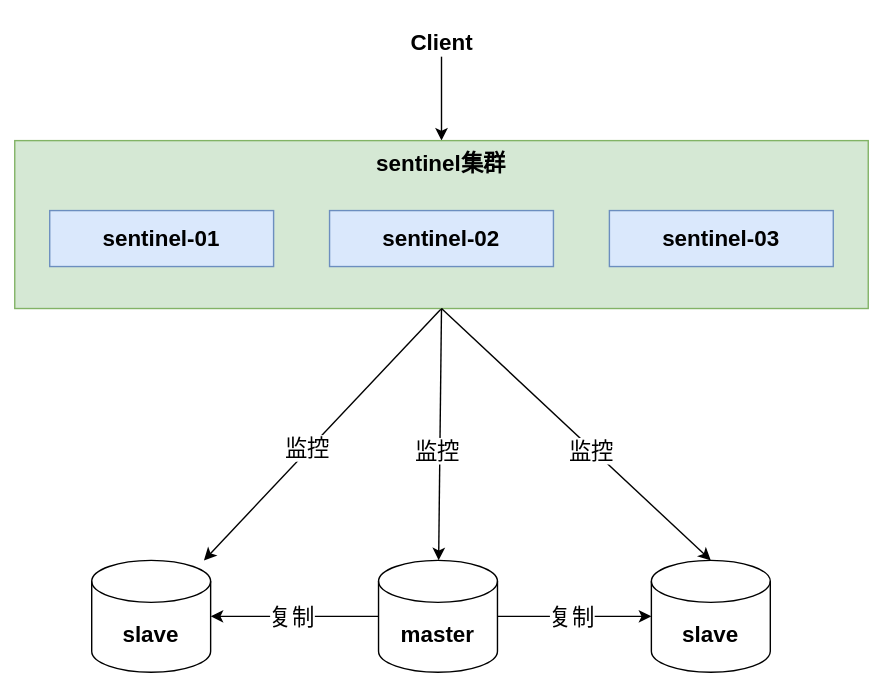
This is Redis/Redis集群方案/Sentinel哨兵模式结构.drawio.svg from Developer-Tang/notes, a draw.io export, as it was before one commit. Source tidied: cells renumbered, new cells last; positions are measured from the earlier drawing's top-left corner, leaving out a move shared by most shapes. Source of this version:
```xml
<mxGraphModel>
  <root>
    <mxCell id="0" />
    <mxCell id="1" parent="0" />
    <mxCell id="2" value="&amp;nbsp;" style="text;html=1;align=center;verticalAlign=middle;strokeColor=none;fillColor=none;fontStyle=1;fontSize=16;" parent="1" vertex="1">
      <mxGeometry x="275" width="20" height="20" as="geometry" />
    </mxCell>
    <mxCell id="3" style="edgeStyle=orthogonalEdgeStyle;rounded=0;jettySize=auto;html=1;fontStyle=1;fontSize=16;" parent="1" edge="1" source="4" target="7">
      <mxGeometry relative="1" as="geometry" />
    </mxCell>
    <mxCell id="4" value="&lt;font style=&quot;font-size: 16px;&quot;&gt;Client&lt;/font&gt;" style="text;html=1;align=center;verticalAlign=middle;points=[];strokeColor=none;fillColor=none;fontStyle=1;fontSize=16;" parent="1" vertex="1">
      <mxGeometry x="275" y="10" width="60" height="20" as="geometry" />
    </mxCell>
    <mxCell id="5" style="rounded=0;jettySize=auto;html=1;exitX=0.5;exitY=1;exitDx=0;exitDy=0;fontSize=16;" parent="1" edge="1" source="7" target="11">
      <mxGeometry relative="1" as="geometry" />
    </mxCell>
    <mxCell id="6" value="监控" style="edgeLabel;html=1;align=center;verticalAlign=middle;fontSize=16;" parent="5" vertex="1">
      <mxGeometry x="0.12" y="-2" relative="1" as="geometry" />
    </mxCell>
    <mxCell id="7" value="sentinel集群" style="whiteSpace=wrap;html=1;fillColor=#d5e8d4;strokeColor=#82b366;fontStyle=1;fontSize=16;verticalAlign=top;" parent="1" vertex="1">
      <mxGeometry y="90" width="610" height="120" as="geometry" />
    </mxCell>
    <mxCell id="8" value="sentinel-01" style="whiteSpace=wrap;html=1;fillColor=#dae8fc;strokeColor=#6c8ebf;fontStyle=1;fontSize=16;verticalAlign=middle;" parent="1" vertex="1">
      <mxGeometry x="25" y="140" width="160" height="40" as="geometry" />
    </mxCell>
    <mxCell id="9" value="sentinel-02" style="whiteSpace=wrap;html=1;fillColor=#dae8fc;strokeColor=#6c8ebf;fontStyle=1;fontSize=16;verticalAlign=middle;" parent="1" vertex="1">
      <mxGeometry x="225" y="140" width="160" height="40" as="geometry" />
    </mxCell>
    <mxCell id="10" value="sentinel-03" style="whiteSpace=wrap;html=1;fillColor=#dae8fc;strokeColor=#6c8ebf;fontStyle=1;fontSize=16;verticalAlign=middle;" parent="1" vertex="1">
      <mxGeometry x="425" y="140" width="160" height="40" as="geometry" />
    </mxCell>
    <mxCell id="11" value="slave" style="shape=cylinder3;whiteSpace=wrap;html=1;boundedLbl=1;backgroundOutline=1;size=15;fontSize=16;verticalAlign=middle;fontStyle=1;" parent="1" vertex="1">
      <mxGeometry x="55" y="390" width="85" height="80" as="geometry" />
    </mxCell>
    <mxCell id="12" style="edgeStyle=orthogonalEdgeStyle;rounded=0;jettySize=auto;html=1;exitX=0;exitY=0.5;exitDx=0;exitDy=0;exitPerimeter=0;entryX=1;entryY=0.5;entryDx=0;entryDy=0;entryPerimeter=0;fontSize=16;" parent="1" edge="1" source="14" target="11">
      <mxGeometry relative="1" as="geometry" />
    </mxCell>
    <mxCell id="13" value="复制" style="edgeLabel;html=1;align=center;verticalAlign=middle;fontSize=16;" parent="12" vertex="1">
      <mxGeometry x="0.31" y="-1" relative="1" as="geometry">
        <mxPoint x="16" y="1" as="offset" />
      </mxGeometry>
    </mxCell>
    <mxCell id="14" value="master" style="shape=cylinder3;whiteSpace=wrap;html=1;boundedLbl=1;backgroundOutline=1;size=15;fontSize=16;verticalAlign=middle;fontStyle=1;" parent="1" vertex="1">
      <mxGeometry x="260" y="390" width="85" height="80" as="geometry" />
    </mxCell>
    <mxCell id="15" value="slave" style="shape=cylinder3;whiteSpace=wrap;html=1;boundedLbl=1;backgroundOutline=1;size=15;fontSize=16;verticalAlign=middle;fontStyle=1;" parent="1" vertex="1">
      <mxGeometry x="455" y="390" width="85" height="80" as="geometry" />
    </mxCell>
    <mxCell id="16" style="edgeStyle=orthogonalEdgeStyle;rounded=0;jettySize=auto;html=1;exitX=1;exitY=0.5;exitDx=0;exitDy=0;exitPerimeter=0;fontSize=16;" parent="1" edge="1" source="14" target="15">
      <mxGeometry relative="1" as="geometry" />
    </mxCell>
    <mxCell id="17" value="复制" style="edgeLabel;html=1;align=center;verticalAlign=middle;fontSize=16;" parent="16" vertex="1">
      <mxGeometry x="0.31" y="-1" relative="1" as="geometry">
        <mxPoint x="-19" y="-1" as="offset" />
      </mxGeometry>
    </mxCell>
    <mxCell id="18" style="rounded=0;jettySize=auto;html=1;fontSize=16;" parent="1" edge="1" target="14">
      <mxGeometry relative="1" as="geometry">
        <mxPoint x="305" y="210" as="sourcePoint" />
      </mxGeometry>
    </mxCell>
    <mxCell id="19" value="监控" style="edgeLabel;html=1;align=center;verticalAlign=middle;fontSize=16;" parent="18" vertex="1">
      <mxGeometry x="0.12" y="-2" relative="1" as="geometry" />
    </mxCell>
    <mxCell id="20" style="rounded=0;jettySize=auto;html=1;exitX=0.5;exitY=1;exitDx=0;exitDy=0;fontSize=16;entryX=0.5;entryY=0;entryDx=0;entryDy=0;entryPerimeter=0;" parent="1" edge="1" source="7" target="15">
      <mxGeometry relative="1" as="geometry" />
    </mxCell>
    <mxCell id="21" value="监控" style="edgeLabel;html=1;align=center;verticalAlign=middle;fontSize=16;" parent="20" vertex="1">
      <mxGeometry x="0.12" y="-2" relative="1" as="geometry" />
    </mxCell>
  </root>
</mxGraphModel>
```
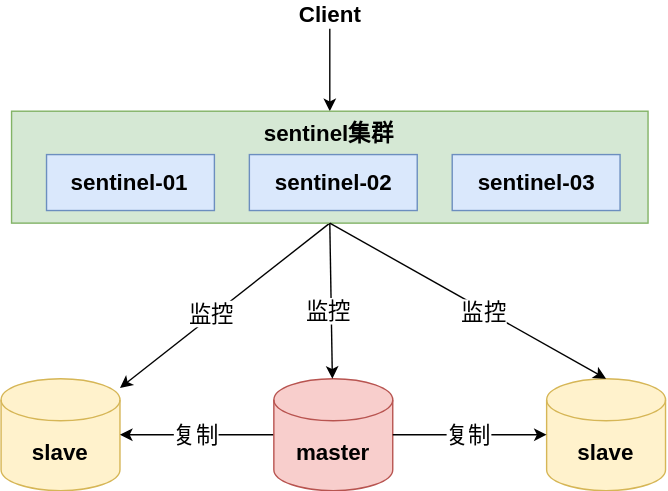
Above is the later version.

What changed in the source:
```diff
@@ -2,14 +2,11 @@
   <root>
     <mxCell id="0" />
     <mxCell id="1" parent="0" />
-    <mxCell id="2" value="&amp;nbsp;" style="text;html=1;align=center;verticalAlign=middle;strokeColor=none;fillColor=none;fontStyle=1;fontSize=16;" parent="1" vertex="1">
-      <mxGeometry x="275" width="20" height="20" as="geometry" />
-    </mxCell>
     <mxCell id="3" style="edgeStyle=orthogonalEdgeStyle;rounded=0;jettySize=auto;html=1;fontStyle=1;fontSize=16;" parent="1" edge="1" source="4" target="7">
       <mxGeometry relative="1" as="geometry" />
     </mxCell>
     <mxCell id="4" value="&lt;font style=&quot;font-size: 16px;&quot;&gt;Client&lt;/font&gt;" style="text;html=1;align=center;verticalAlign=middle;points=[];strokeColor=none;fillColor=none;fontStyle=1;fontSize=16;" parent="1" vertex="1">
-      <mxGeometry x="275" y="10" width="60" height="20" as="geometry" />
+      <mxGeometry x="34" y="-29" width="60" height="20" as="geometry" />
     </mxCell>
     <mxCell id="5" style="rounded=0;jettySize=auto;html=1;exitX=0.5;exitY=1;exitDx=0;exitDy=0;fontSize=16;" parent="1" edge="1" source="7" target="11">
       <mxGeometry relative="1" as="geometry" />
@@ -18,19 +15,19 @@
       <mxGeometry x="0.12" y="-2" relative="1" as="geometry" />
     </mxCell>
     <mxCell id="7" value="sentinel集群" style="whiteSpace=wrap;html=1;fillColor=#d5e8d4;strokeColor=#82b366;fontStyle=1;fontSize=16;verticalAlign=top;" parent="1" vertex="1">
-      <mxGeometry y="90" width="610" height="120" as="geometry" />
+      <mxGeometry x="-163.5" y="50" width="455" height="80" as="geometry" />
     </mxCell>
     <mxCell id="8" value="sentinel-01" style="whiteSpace=wrap;html=1;fillColor=#dae8fc;strokeColor=#6c8ebf;fontStyle=1;fontSize=16;verticalAlign=middle;" parent="1" vertex="1">
-      <mxGeometry x="25" y="140" width="160" height="40" as="geometry" />
+      <mxGeometry x="-138.5" y="81" width="120" height="40" as="geometry" />
     </mxCell>
     <mxCell id="9" value="sentinel-02" style="whiteSpace=wrap;html=1;fillColor=#dae8fc;strokeColor=#6c8ebf;fontStyle=1;fontSize=16;verticalAlign=middle;" parent="1" vertex="1">
-      <mxGeometry x="225" y="140" width="160" height="40" as="geometry" />
+      <mxGeometry x="6.5" y="81" width="120" height="40" as="geometry" />
     </mxCell>
     <mxCell id="10" value="sentinel-03" style="whiteSpace=wrap;html=1;fillColor=#dae8fc;strokeColor=#6c8ebf;fontStyle=1;fontSize=16;verticalAlign=middle;" parent="1" vertex="1">
-      <mxGeometry x="425" y="140" width="160" height="40" as="geometry" />
+      <mxGeometry x="151.5" y="81" width="120" height="40" as="geometry" />
     </mxCell>
-    <mxCell id="11" value="slave" style="shape=cylinder3;whiteSpace=wrap;html=1;boundedLbl=1;backgroundOutline=1;size=15;fontSize=16;verticalAlign=middle;fontStyle=1;" parent="1" vertex="1">
-      <mxGeometry x="55" y="390" width="85" height="80" as="geometry" />
+    <mxCell id="11" value="slave" style="shape=cylinder3;whiteSpace=wrap;html=1;boundedLbl=1;backgroundOutline=1;size=15;fontSize=16;verticalAlign=middle;fontStyle=1;fillColor=#fff2cc;strokeColor=#d6b656;" parent="1" vertex="1">
+      <mxGeometry x="-171" y="241.3" width="85" height="80" as="geometry" />
     </mxCell>
     <mxCell id="12" style="edgeStyle=orthogonalEdgeStyle;rounded=0;jettySize=auto;html=1;exitX=0;exitY=0.5;exitDx=0;exitDy=0;exitPerimeter=0;entryX=1;entryY=0.5;entryDx=0;entryDy=0;entryPerimeter=0;fontSize=16;" parent="1" edge="1" source="14" target="11">
       <mxGeometry relative="1" as="geometry" />
@@ -40,11 +37,11 @@
         <mxPoint x="16" y="1" as="offset" />
       </mxGeometry>
     </mxCell>
-    <mxCell id="14" value="master" style="shape=cylinder3;whiteSpace=wrap;html=1;boundedLbl=1;backgroundOutline=1;size=15;fontSize=16;verticalAlign=middle;fontStyle=1;" parent="1" vertex="1">
-      <mxGeometry x="260" y="390" width="85" height="80" as="geometry" />
+    <mxCell id="14" value="master" style="shape=cylinder3;whiteSpace=wrap;html=1;boundedLbl=1;backgroundOutline=1;size=15;fontSize=16;verticalAlign=middle;fontStyle=1;fillColor=#f8cecc;strokeColor=#b85450;" parent="1" vertex="1">
+      <mxGeometry x="24" y="241.3" width="85" height="80" as="geometry" />
     </mxCell>
-    <mxCell id="15" value="slave" style="shape=cylinder3;whiteSpace=wrap;html=1;boundedLbl=1;backgroundOutline=1;size=15;fontSize=16;verticalAlign=middle;fontStyle=1;" parent="1" vertex="1">
-      <mxGeometry x="455" y="390" width="85" height="80" as="geometry" />
+    <mxCell id="15" value="slave" style="shape=cylinder3;whiteSpace=wrap;html=1;boundedLbl=1;backgroundOutline=1;size=15;fontSize=16;verticalAlign=middle;fontStyle=1;fillColor=#fff2cc;strokeColor=#d6b656;" parent="1" vertex="1">
+      <mxGeometry x="219" y="241.3" width="85" height="80" as="geometry" />
     </mxCell>
     <mxCell id="16" style="edgeStyle=orthogonalEdgeStyle;rounded=0;jettySize=auto;html=1;exitX=1;exitY=0.5;exitDx=0;exitDy=0;exitPerimeter=0;fontSize=16;" parent="1" edge="1" source="14" target="15">
       <mxGeometry relative="1" as="geometry" />
@@ -54,10 +51,8 @@
         <mxPoint x="-19" y="-1" as="offset" />
       </mxGeometry>
     </mxCell>
-    <mxCell id="18" style="rounded=0;jettySize=auto;html=1;fontSize=16;" parent="1" edge="1" target="14">
-      <mxGeometry relative="1" as="geometry">
-        <mxPoint x="305" y="210" as="sourcePoint" />
-      </mxGeometry>
+    <mxCell id="18" style="rounded=0;jettySize=auto;html=1;fontSize=16;exitX=0.5;exitY=1;exitDx=0;exitDy=0;" parent="1" edge="1" source="7" target="14">
+      <mxGeometry relative="1" as="geometry" />
     </mxCell>
     <mxCell id="19" value="监控" style="edgeLabel;html=1;align=center;verticalAlign=middle;fontSize=16;" parent="18" vertex="1">
       <mxGeometry x="0.12" y="-2" relative="1" as="geometry" />
```
